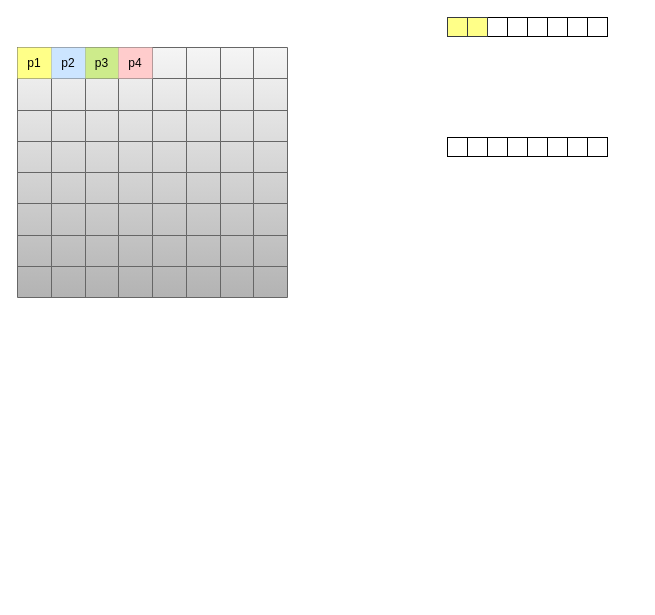
This is 地图压缩.drawio from liuao2010/drawio, a draw.io file, before an edit. Source tidied: cells renumbered, new cells numbered last; positions are measured from the earlier drawing's top-left corner, leaving out a move shared by most shapes. Both pictures are drawn from the tidied source at 100%, with x=0, y=0 at pixel (17, 17).
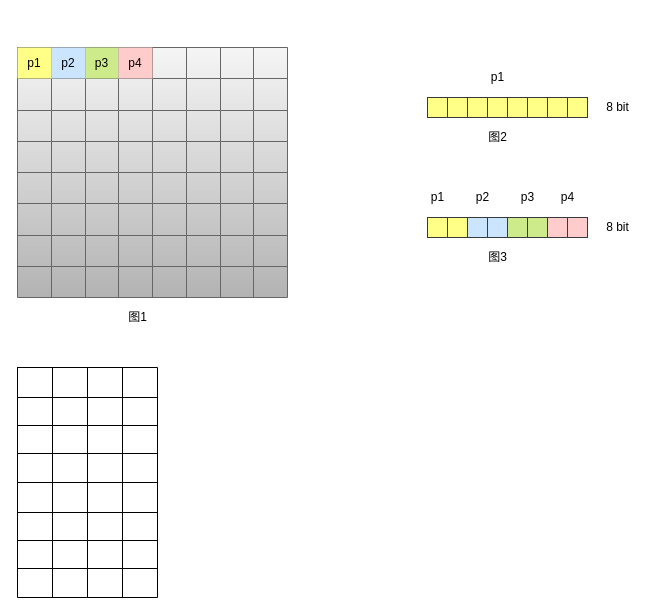
Above is the later version.

Commit message:
更新地图压缩.drawio

The edit, as a diff of the source:
```diff
@@
-    <mxCell id="75" style="group;" parent="1" vertex="1">
-      <mxGeometry x="430" width="160" height="19" as="geometry" />
-    </mxCell>
-    <mxCell id="76" style="group;" parent="75" vertex="1">
-      <mxGeometry x="20" width="80" height="19" as="geometry" />
-    </mxCell>
-    <mxCell id="77" style="rounded=0;whiteSpace=wrap;html=1;labelBackgroundColor=none;fillColor=default;" parent="76" vertex="1">
-      <mxGeometry x="20" width="20" height="19" as="geometry" />
-    </mxCell>
-    <mxCell id="78" style="rounded=0;whiteSpace=wrap;html=1;labelBackgroundColor=none;fillColor=default;" parent="76" vertex="1">
-      <mxGeometry x="60" width="20" height="19" as="geometry" />
-    </mxCell>
-    <mxCell id="79" style="rounded=0;whiteSpace=wrap;html=1;labelBackgroundColor=none;fillColor=default;" parent="76" vertex="1">
-      <mxGeometry x="40" width="20" height="19" as="geometry" />
-    </mxCell>
-    <mxCell id="80" style="rounded=0;whiteSpace=wrap;html=1;labelBackgroundColor=none;fillColor=#ffff88;strokeColor=#36393d;" parent="76" vertex="1">
-      <mxGeometry width="20" height="19" as="geometry" />
-    </mxCell>
-    <mxCell id="81" style="rounded=0;whiteSpace=wrap;html=1;labelBackgroundColor=none;fillColor=default;" parent="75" vertex="1">
-      <mxGeometry x="100" width="20" height="19" as="geometry" />
-    </mxCell>
-    <mxCell id="82" style="rounded=0;whiteSpace=wrap;html=1;labelBackgroundColor=none;fillColor=default;" parent="75" vertex="1">
-      <mxGeometry x="120" width="20" height="19" as="geometry" />
-    </mxCell>
-    <mxCell id="83" style="rounded=0;whiteSpace=wrap;html=1;labelBackgroundColor=none;fillColor=default;" parent="75" vertex="1">
-      <mxGeometry x="140" width="20" height="19" as="geometry" />
-    </mxCell>
-    <mxCell id="84" style="rounded=0;whiteSpace=wrap;html=1;labelBackgroundColor=none;fillColor=#ffff88;strokeColor=#36393d;" parent="75" vertex="1">
-      <mxGeometry width="20" height="19" as="geometry" />
-    </mxCell>
-    <mxCell id="85" style="group;" parent="1" vertex="1">
-      <mxGeometry x="430" y="120" width="160" height="19" as="geometry" />
-    </mxCell>
-    <mxCell id="86" style="group;" parent="85" vertex="1">
-      <mxGeometry x="20" width="80" height="19" as="geometry" />
-    </mxCell>
-    <mxCell id="87" style="rounded=0;whiteSpace=wrap;html=1;labelBackgroundColor=none;fillColor=default;" parent="86" vertex="1">
-      <mxGeometry x="20" width="20" height="19" as="geometry" />
-    </mxCell>
-    <mxCell id="88" style="rounded=0;whiteSpace=wrap;html=1;labelBackgroundColor=none;fillColor=default;" parent="86" vertex="1">
-      <mxGeometry x="60" width="20" height="19" as="geometry" />
-    </mxCell>
-    <mxCell id="89" style="rounded=0;whiteSpace=wrap;html=1;labelBackgroundColor=none;fillColor=default;" parent="86" vertex="1">
-      <mxGeometry x="40" width="20" height="19" as="geometry" />
-    </mxCell>
-    <mxCell id="90" style="rounded=0;whiteSpace=wrap;html=1;labelBackgroundColor=none;fillColor=default;" parent="86" vertex="1">
-      <mxGeometry width="20" height="19" as="geometry" />
-    </mxCell>
-    <mxCell id="91" style="rounded=0;whiteSpace=wrap;html=1;labelBackgroundColor=none;fillColor=default;" parent="85" vertex="1">
-      <mxGeometry x="100" width="20" height="19" as="geometry" />
-    </mxCell>
-    <mxCell id="92" style="rounded=0;whiteSpace=wrap;html=1;labelBackgroundColor=none;fillColor=default;" parent="85" vertex="1">
-      <mxGeometry x="120" width="20" height="19" as="geometry" />
-    </mxCell>
-    <mxCell id="93" style="rounded=0;whiteSpace=wrap;html=1;labelBackgroundColor=none;fillColor=default;" parent="85" vertex="1">
-      <mxGeometry x="140" width="20" height="19" as="geometry" />
-    </mxCell>
-    <mxCell id="94" style="rounded=0;whiteSpace=wrap;html=1;labelBackgroundColor=none;fillColor=default;" parent="85" vertex="1">
-      <mxGeometry width="20" height="19" as="geometry" />
-    </mxCell>
+    <mxCell id="95" style="group;fillColor=#ffff88;strokeColor=#36393d;" parent="1" vertex="1">
+      <mxGeometry x="410" y="80" width="160" height="20" as="geometry" />
+    </mxCell>
+    <mxCell id="96" style="whiteSpace=wrap;html=1;labelBackgroundColor=none;fillColor=#ffff88;strokeColor=#36393d;" parent="95" vertex="1">
+      <mxGeometry x="140" width="20" height="20" as="geometry" />
+    </mxCell>
+    <mxCell id="97" style="whiteSpace=wrap;html=1;labelBackgroundColor=none;fillColor=#ffff88;strokeColor=#36393d;" parent="95" vertex="1">
+      <mxGeometry x="120" width="20" height="20" as="geometry" />
+    </mxCell>
+    <mxCell id="98" style="whiteSpace=wrap;html=1;labelBackgroundColor=none;fillColor=#ffff88;strokeColor=#36393d;" parent="95" vertex="1">
+      <mxGeometry x="100" width="20" height="20" as="geometry" />
+    </mxCell>
+    <mxCell id="99" style="whiteSpace=wrap;html=1;labelBackgroundColor=none;fillColor=#ffff88;strokeColor=#36393d;" parent="95" vertex="1">
+      <mxGeometry x="80" width="20" height="20" as="geometry" />
+    </mxCell>
+    <mxCell id="100" style="whiteSpace=wrap;html=1;labelBackgroundColor=none;fillColor=#ffff88;strokeColor=#36393d;" parent="95" vertex="1">
+      <mxGeometry x="60" width="20" height="20" as="geometry" />
+    </mxCell>
+    <mxCell id="101" style="whiteSpace=wrap;html=1;labelBackgroundColor=none;fillColor=#ffff88;strokeColor=#36393d;" parent="95" vertex="1">
+      <mxGeometry x="40" width="20" height="20" as="geometry" />
+    </mxCell>
+    <mxCell id="102" style="whiteSpace=wrap;html=1;labelBackgroundColor=none;fillColor=#ffff88;strokeColor=#36393d;" parent="95" vertex="1">
+      <mxGeometry width="20" height="20" as="geometry" />
+    </mxCell>
+    <mxCell id="103" style="whiteSpace=wrap;html=1;labelBackgroundColor=none;fillColor=#ffff88;strokeColor=#36393d;" parent="95" vertex="1">
+      <mxGeometry x="20" width="20" height="20" as="geometry" />
+    </mxCell>
+    <mxCell id="104" style="group;fillColor=#cce5ff;strokeColor=#36393d;" parent="1" vertex="1">
+      <mxGeometry x="410" y="200" width="160" height="20" as="geometry" />
+    </mxCell>
+    <mxCell id="105" style="whiteSpace=wrap;html=1;labelBackgroundColor=none;fillColor=#cce5ff;strokeColor=#36393d;" parent="104" vertex="1">
+      <mxGeometry x="60" width="20" height="20" as="geometry" />
+    </mxCell>
+    <mxCell id="106" style="whiteSpace=wrap;html=1;labelBackgroundColor=none;fillColor=#ffcccc;strokeColor=#36393d;" parent="104" vertex="1">
+      <mxGeometry x="140" width="20" height="20" as="geometry" />
+    </mxCell>
+    <mxCell id="107" style="whiteSpace=wrap;html=1;labelBackgroundColor=none;fillColor=#ffcccc;strokeColor=#36393d;" parent="104" vertex="1">
+      <mxGeometry x="120" width="20" height="20" as="geometry" />
+    </mxCell>
+    <mxCell id="108" style="whiteSpace=wrap;html=1;labelBackgroundColor=none;fillColor=#cdeb8b;strokeColor=#36393d;" parent="104" vertex="1">
+      <mxGeometry x="100" width="20" height="20" as="geometry" />
+    </mxCell>
+    <mxCell id="109" style="whiteSpace=wrap;html=1;labelBackgroundColor=none;fillColor=#cdeb8b;strokeColor=#36393d;" parent="104" vertex="1">
+      <mxGeometry x="80" width="20" height="20" as="geometry" />
+    </mxCell>
+    <mxCell id="110" style="whiteSpace=wrap;html=1;labelBackgroundColor=none;fillColor=#cce5ff;strokeColor=#36393d;" parent="104" vertex="1">
+      <mxGeometry x="40" width="20" height="20" as="geometry" />
+    </mxCell>
+    <mxCell id="111" style="whiteSpace=wrap;html=1;labelBackgroundColor=none;fillColor=#ffff88;strokeColor=#36393d;" parent="104" vertex="1">
+      <mxGeometry width="20" height="20" as="geometry" />
+    </mxCell>
+    <mxCell id="112" style="whiteSpace=wrap;html=1;labelBackgroundColor=none;fillColor=#ffff88;strokeColor=#36393d;" parent="104" vertex="1">
+      <mxGeometry x="20" width="20" height="20" as="geometry" />
+    </mxCell>
+    <mxCell id="113" value="p1" style="text;html=1;align=center;verticalAlign=middle;strokeColor=none;fillColor=none;" parent="1" vertex="1">
+      <mxGeometry x="465" y="50" width="30" height="20" as="geometry" />
+    </mxCell>
+    <mxCell id="114" value="p1" style="text;html=1;align=center;verticalAlign=middle;strokeColor=none;fillColor=none;" parent="1" vertex="1">
+      <mxGeometry x="405" y="170" width="30" height="20" as="geometry" />
+    </mxCell>
+    <mxCell id="115" value="p2" style="text;html=1;align=center;verticalAlign=middle;strokeColor=none;fillColor=none;" parent="1" vertex="1">
+      <mxGeometry x="450" y="170" width="30" height="20" as="geometry" />
+    </mxCell>
+    <mxCell id="116" value="p3" style="text;html=1;align=center;verticalAlign=middle;strokeColor=none;fillColor=none;" parent="1" vertex="1">
+      <mxGeometry x="495" y="170" width="30" height="20" as="geometry" />
+    </mxCell>
+    <mxCell id="117" value="p4" style="text;html=1;align=center;verticalAlign=middle;strokeColor=none;fillColor=none;" parent="1" vertex="1">
+      <mxGeometry x="535" y="170" width="30" height="20" as="geometry" />
+    </mxCell>
+    <mxCell id="118" value="图1" style="text;html=1;align=center;verticalAlign=middle;strokeColor=none;fillColor=none;" parent="1" vertex="1">
+      <mxGeometry x="105" y="290" width="30" height="20" as="geometry" />
+    </mxCell>
+    <mxCell id="119" value="图2" style="text;html=1;align=center;verticalAlign=middle;strokeColor=none;fillColor=none;" parent="1" vertex="1">
+      <mxGeometry x="465" y="110" width="30" height="20" as="geometry" />
+    </mxCell>
+    <mxCell id="120" value="图3" style="text;html=1;align=center;verticalAlign=middle;strokeColor=none;fillColor=none;" parent="1" vertex="1">
+      <mxGeometry x="465" y="230" width="30" height="20" as="geometry" />
+    </mxCell>
+    <mxCell id="121" value="8 bit" style="text;html=1;align=center;verticalAlign=middle;strokeColor=none;fillColor=none;" parent="1" vertex="1">
+      <mxGeometry x="580" y="80" width="40" height="20" as="geometry" />
+    </mxCell>
+    <mxCell id="122" value="8 bit" style="text;html=1;align=center;verticalAlign=middle;strokeColor=none;fillColor=none;" parent="1" vertex="1">
+      <mxGeometry x="580" y="200" width="40" height="20" as="geometry" />
+    </mxCell>
+    <mxCell id="123" style="shape=table;startSize=0;childLayout=tableLayout;labelBackgroundColor=none;fillColor=default;" parent="1" vertex="1">
+      <mxGeometry y="350" width="140" height="230" as="geometry" />
+    </mxCell>
+    <mxCell id="124" style="shape=partialRectangle;fillColor=none;top=0;left=0;bottom=0;right=0;labelBackgroundColor=none;" parent="123" vertex="1">
+      <mxGeometry width="140" height="30" as="geometry" />
+    </mxCell>
+    <mxCell id="125" style="shape=partialRectangle;html=1;whiteSpace=wrap;overflow=hidden;fillColor=none;top=0;left=0;bottom=0;right=0;labelBackgroundColor=none;" parent="124" vertex="1">
+      <mxGeometry width="35" height="30" as="geometry" />
+    </mxCell>
+    <mxCell id="126" style="shape=partialRectangle;html=1;whiteSpace=wrap;overflow=hidden;fillColor=none;top=0;left=0;bottom=0;right=0;labelBackgroundColor=none;" parent="124" vertex="1">
+      <mxGeometry x="35" width="35" height="30" as="geometry" />
+    </mxCell>
+    <mxCell id="127" style="shape=partialRectangle;html=1;whiteSpace=wrap;overflow=hidden;fillColor=none;top=0;left=0;bottom=0;right=0;labelBackgroundColor=none;" parent="124" vertex="1">
+      <mxGeometry x="70" width="35" height="30" as="geometry" />
+    </mxCell>
+    <mxCell id="128" style="shape=partialRectangle;html=1;whiteSpace=wrap;overflow=hidden;fillColor=none;top=0;left=0;bottom=0;right=0;labelBackgroundColor=none;" parent="124" vertex="1">
+      <mxGeometry x="105" width="35" height="30" as="geometry" />
+    </mxCell>
+    <mxCell id="129" style="shape=partialRectangle;fillColor=none;top=0;left=0;bottom=0;right=0;labelBackgroundColor=none;" parent="123" vertex="1">
+      <mxGeometry y="30" width="140" height="28" as="geometry" />
+    </mxCell>
+    <mxCell id="130" style="shape=partialRectangle;html=1;whiteSpace=wrap;overflow=hidden;fillColor=none;top=0;left=0;bottom=0;right=0;labelBackgroundColor=none;" parent="129" vertex="1">
+      <mxGeometry width="35" height="28" as="geometry" />
+    </mxCell>
+    <mxCell id="131" style="shape=partialRectangle;html=1;whiteSpace=wrap;overflow=hidden;fillColor=none;top=0;left=0;bottom=0;right=0;labelBackgroundColor=none;" parent="129" vertex="1">
+      <mxGeometry x="35" width="35" height="28" as="geometry" />
+    </mxCell>
+    <mxCell id="132" style="shape=partialRectangle;html=1;whiteSpace=wrap;overflow=hidden;fillColor=none;top=0;left=0;bottom=0;right=0;labelBackgroundColor=none;" parent="129" vertex="1">
+      <mxGeometry x="70" width="35" height="28" as="geometry" />
+    </mxCell>
+    <mxCell id="133" style="shape=partialRectangle;html=1;whiteSpace=wrap;overflow=hidden;fillColor=none;top=0;left=0;bottom=0;right=0;labelBackgroundColor=none;" parent="129" vertex="1">
+      <mxGeometry x="105" width="35" height="28" as="geometry" />
+    </mxCell>
+    <mxCell id="134" style="shape=partialRectangle;fillColor=none;top=0;left=0;bottom=0;right=0;labelBackgroundColor=none;" parent="123" vertex="1">
+      <mxGeometry y="58" width="140" height="28" as="geometry" />
+    </mxCell>
+    <mxCell id="135" style="shape=partialRectangle;html=1;whiteSpace=wrap;overflow=hidden;fillColor=none;top=0;left=0;bottom=0;right=0;labelBackgroundColor=none;" parent="134" vertex="1">
+      <mxGeometry width="35" height="28" as="geometry" />
+    </mxCell>
+    <mxCell id="136" style="shape=partialRectangle;html=1;whiteSpace=wrap;overflow=hidden;fillColor=none;top=0;left=0;bottom=0;right=0;labelBackgroundColor=none;" parent="134" vertex="1">
+      <mxGeometry x="35" width="35" height="28" as="geometry" />
+    </mxCell>
+    <mxCell id="137" style="shape=partialRectangle;html=1;whiteSpace=wrap;overflow=hidden;fillColor=none;top=0;left=0;bottom=0;right=0;labelBackgroundColor=none;" parent="134" vertex="1">
+      <mxGeometry x="70" width="35" height="28" as="geometry" />
+    </mxCell>
+    <mxCell id="138" style="shape=partialRectangle;html=1;whiteSpace=wrap;overflow=hidden;fillColor=none;top=0;left=0;bottom=0;right=0;labelBackgroundColor=none;" parent="134" vertex="1">
+      <mxGeometry x="105" width="35" height="28" as="geometry" />
+    </mxCell>
+    <mxCell id="139" style="shape=partialRectangle;fillColor=none;top=0;left=0;bottom=0;right=0;labelBackgroundColor=none;" parent="123" vertex="1">
+      <mxGeometry y="86" width="140" height="29" as="geometry" />
+    </mxCell>
+    <mxCell id="140" style="shape=partialRectangle;html=1;whiteSpace=wrap;overflow=hidden;fillColor=none;top=0;left=0;bottom=0;right=0;labelBackgroundColor=none;" parent="139" vertex="1">
+      <mxGeometry width="35" height="29" as="geometry" />
+    </mxCell>
+    <mxCell id="141" style="shape=partialRectangle;html=1;whiteSpace=wrap;overflow=hidden;fillColor=none;top=0;left=0;bottom=0;right=0;labelBackgroundColor=none;" parent="139" vertex="1">
+      <mxGeometry x="35" width="35" height="29" as="geometry" />
+    </mxCell>
+    <mxCell id="142" style="shape=partialRectangle;html=1;whiteSpace=wrap;overflow=hidden;fillColor=none;top=0;left=0;bottom=0;right=0;labelBackgroundColor=none;" parent="139" vertex="1">
+      <mxGeometry x="70" width="35" height="29" as="geometry" />
+    </mxCell>
+    <mxCell id="143" style="shape=partialRectangle;html=1;whiteSpace=wrap;overflow=hidden;fillColor=none;top=0;left=0;bottom=0;right=0;labelBackgroundColor=none;" parent="139" vertex="1">
+      <mxGeometry x="105" width="35" height="29" as="geometry" />
+    </mxCell>
+    <mxCell id="144" style="shape=partialRectangle;fillColor=none;top=0;left=0;bottom=0;right=0;labelBackgroundColor=none;" parent="123" vertex="1">
+      <mxGeometry y="115" width="140" height="30" as="geometry" />
+    </mxCell>
+    <mxCell id="145" style="shape=partialRectangle;html=1;whiteSpace=wrap;overflow=hidden;fillColor=none;top=0;left=0;bottom=0;right=0;labelBackgroundColor=none;" parent="144" vertex="1">
+      <mxGeometry width="35" height="30" as="geometry" />
+    </mxCell>
+    <mxCell id="146" style="shape=partialRectangle;html=1;whiteSpace=wrap;overflow=hidden;fillColor=none;top=0;left=0;bottom=0;right=0;labelBackgroundColor=none;" parent="144" vertex="1">
+      <mxGeometry x="35" width="35" height="30" as="geometry" />
+    </mxCell>
+    <mxCell id="147" style="shape=partialRectangle;html=1;whiteSpace=wrap;overflow=hidden;fillColor=none;top=0;left=0;bottom=0;right=0;labelBackgroundColor=none;" parent="144" vertex="1">
+      <mxGeometry x="70" width="35" height="30" as="geometry" />
+    </mxCell>
+    <mxCell id="148" style="shape=partialRectangle;html=1;whiteSpace=wrap;overflow=hidden;fillColor=none;top=0;left=0;bottom=0;right=0;labelBackgroundColor=none;" parent="144" vertex="1">
+      <mxGeometry x="105" width="35" height="30" as="geometry" />
+    </mxCell>
+    <mxCell id="149" style="shape=partialRectangle;fillColor=none;top=0;left=0;bottom=0;right=0;labelBackgroundColor=none;" parent="123" vertex="1">
+      <mxGeometry y="145" width="140" height="28" as="geometry" />
+    </mxCell>
+    <mxCell id="150" style="shape=partialRectangle;html=1;whiteSpace=wrap;overflow=hidden;fillColor=none;top=0;left=0;bottom=0;right=0;labelBackgroundColor=none;" parent="149" vertex="1">
+      <mxGeometry width="35" height="28" as="geometry" />
+    </mxCell>
+    <mxCell id="151" style="shape=partialRectangle;html=1;whiteSpace=wrap;overflow=hidden;fillColor=none;top=0;left=0;bottom=0;right=0;labelBackgroundColor=none;" parent="149" vertex="1">
+      <mxGeometry x="35" width="35" height="28" as="geometry" />
+    </mxCell>
+    <mxCell id="152" style="shape=partialRectangle;html=1;whiteSpace=wrap;overflow=hidden;fillColor=none;top=0;left=0;bottom=0;right=0;labelBackgroundColor=none;" parent="149" vertex="1">
+      <mxGeometry x="70" width="35" height="28" as="geometry" />
+    </mxCell>
+    <mxCell id="153" style="shape=partialRectangle;html=1;whiteSpace=wrap;overflow=hidden;fillColor=none;top=0;left=0;bottom=0;right=0;labelBackgroundColor=none;" parent="149" vertex="1">
+      <mxGeometry x="105" width="35" height="28" as="geometry" />
+    </mxCell>
+    <mxCell id="154" style="shape=partialRectangle;fillColor=none;top=0;left=0;bottom=0;right=0;labelBackgroundColor=none;" parent="123" vertex="1">
+      <mxGeometry y="173" width="140" height="28" as="geometry" />
+    </mxCell>
+    <mxCell id="155" style="shape=partialRectangle;html=1;whiteSpace=wrap;overflow=hidden;fillColor=none;top=0;left=0;bottom=0;right=0;labelBackgroundColor=none;" parent="154" vertex="1">
+      <mxGeometry width="35" height="28" as="geometry" />
+    </mxCell>
+    <mxCell id="156" style="shape=partialRectangle;html=1;whiteSpace=wrap;overflow=hidden;fillColor=none;top=0;left=0;bottom=0;right=0;labelBackgroundColor=none;" parent="154" vertex="1">
+      <mxGeometry x="35" width="35" height="28" as="geometry" />
+    </mxCell>
+    <mxCell id="157" style="shape=partialRectangle;html=1;whiteSpace=wrap;overflow=hidden;fillColor=none;top=0;left=0;bottom=0;right=0;labelBackgroundColor=none;" parent="154" vertex="1">
+      <mxGeometry x="70" width="35" height="28" as="geometry" />
+    </mxCell>
+    <mxCell id="158" style="shape=partialRectangle;html=1;whiteSpace=wrap;overflow=hidden;fillColor=none;top=0;left=0;bottom=0;right=0;labelBackgroundColor=none;" parent="154" vertex="1">
+      <mxGeometry x="105" width="35" height="28" as="geometry" />
+    </mxCell>
+    <mxCell id="159" style="shape=partialRectangle;fillColor=none;top=0;left=0;bottom=0;right=0;labelBackgroundColor=none;" parent="123" vertex="1">
+      <mxGeometry y="201" width="140" height="29" as="geometry" />
+    </mxCell>
+    <mxCell id="160" style="shape=partialRectangle;html=1;whiteSpace=wrap;overflow=hidden;fillColor=none;top=0;left=0;bottom=0;right=0;labelBackgroundColor=none;" parent="159" vertex="1">
+      <mxGeometry width="35" height="29" as="geometry" />
+    </mxCell>
+    <mxCell id="161" style="shape=partialRectangle;html=1;whiteSpace=wrap;overflow=hidden;fillColor=none;top=0;left=0;bottom=0;right=0;labelBackgroundColor=none;" parent="159" vertex="1">
+      <mxGeometry x="35" width="35" height="29" as="geometry" />
+    </mxCell>
+    <mxCell id="162" style="shape=partialRectangle;html=1;whiteSpace=wrap;overflow=hidden;fillColor=none;top=0;left=0;bottom=0;right=0;labelBackgroundColor=none;" parent="159" vertex="1">
+      <mxGeometry x="70" width="35" height="29" as="geometry" />
+    </mxCell>
+    <mxCell id="163" style="shape=partialRectangle;html=1;whiteSpace=wrap;overflow=hidden;fillColor=none;top=0;left=0;bottom=0;right=0;labelBackgroundColor=none;" parent="159" vertex="1">
+      <mxGeometry x="105" width="35" height="29" as="geometry" />
+    </mxCell>
```
